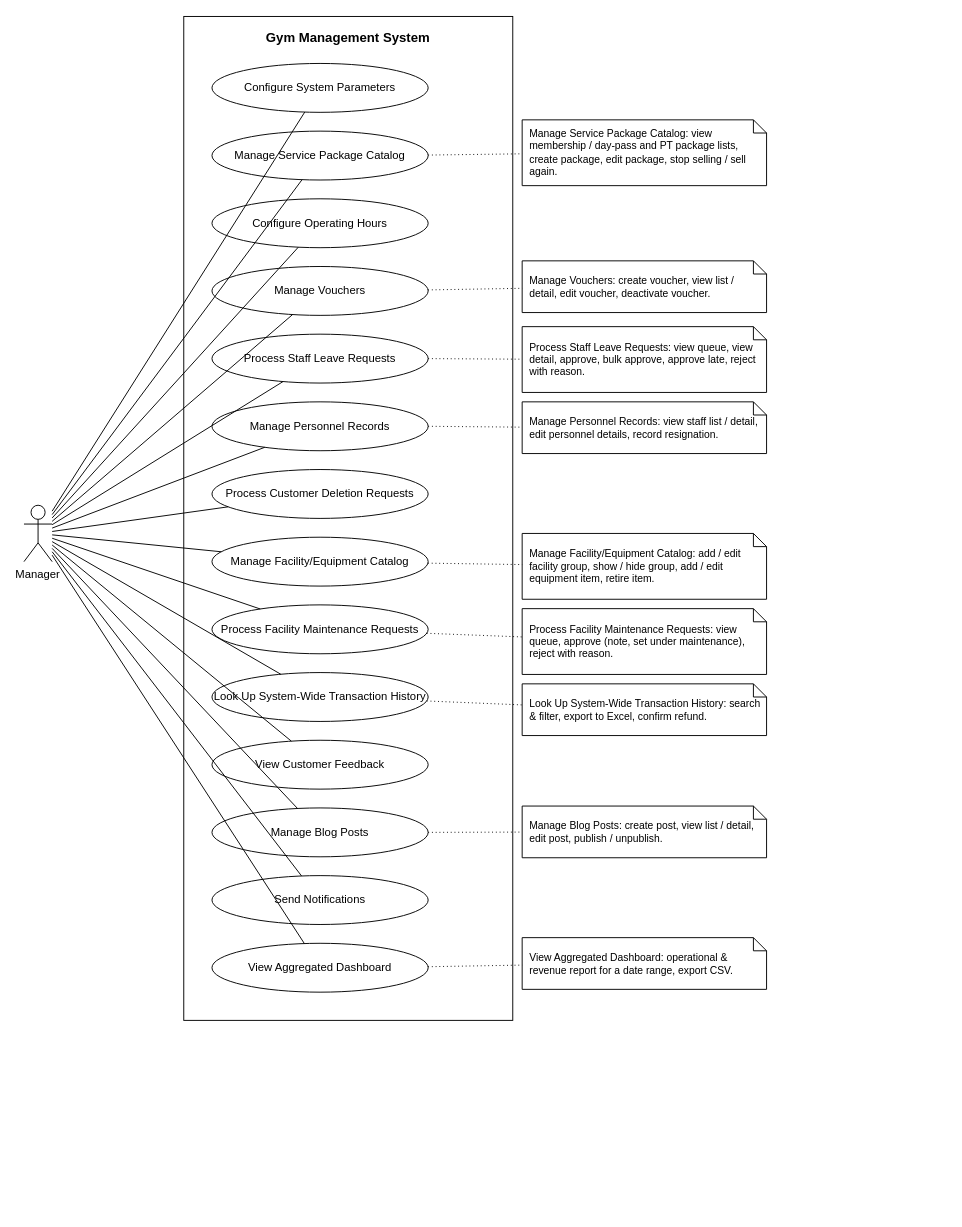
Before: docs/srs-update/uc-diagrams/UC_Manager.drawio in Thomas-luckyclover/gym-management-system, a draw.io diagram. Source tidied: cells renumbered, new cells numbered last; positions are measured from the earlier drawing's top-left corner, leaving out a move shared by most shapes. Both pictures are drawn from the tidied source at 94%, with x=0, y=0 at pixel (24, 16).
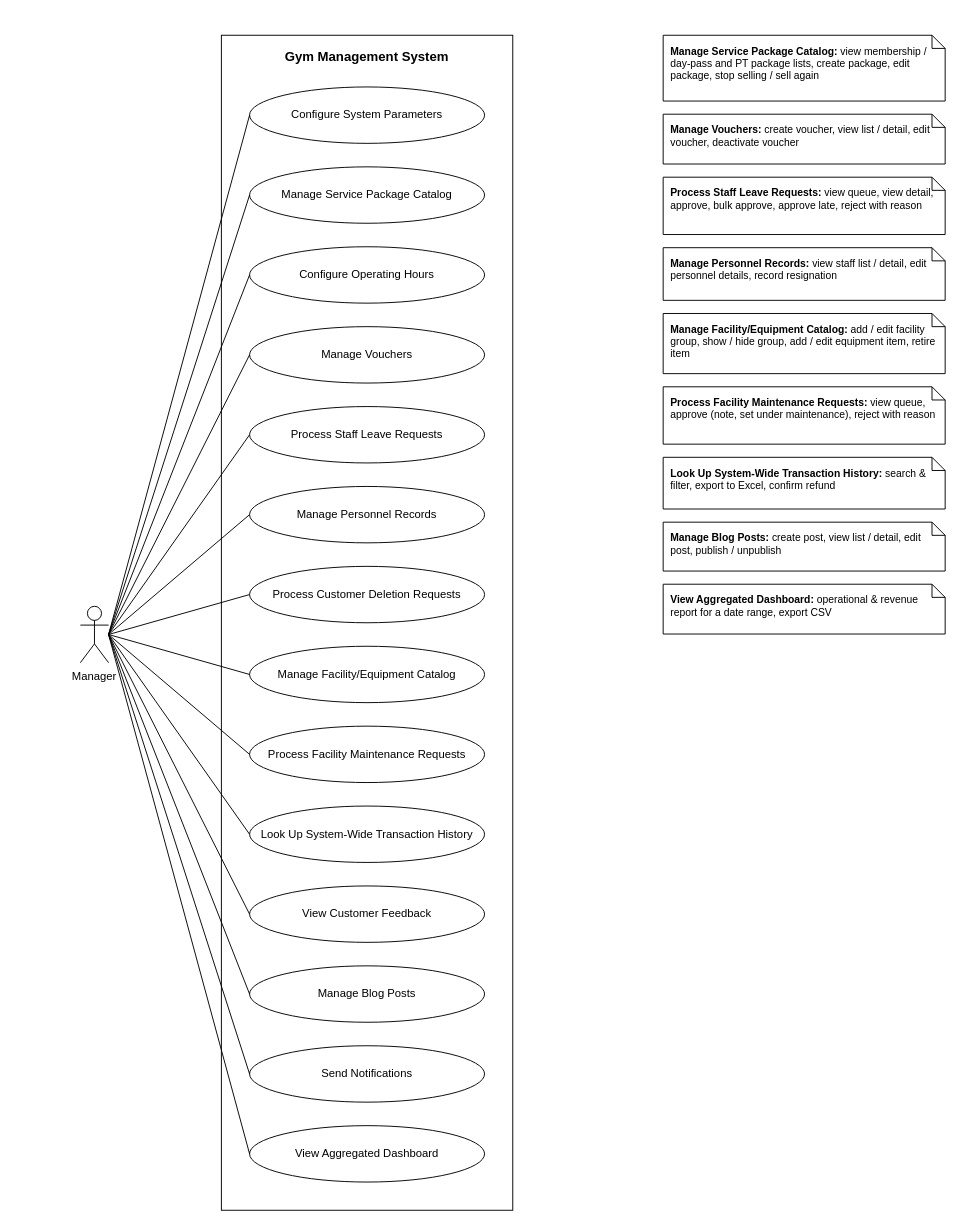
After the change.

Change to the diagram source:
```diff
@@
     <mxCell id="2" value="Gym Management System" style="rounded=0;whiteSpace=wrap;html=1;fillColor=#FFFFFF;strokeColor=#000000;verticalAlign=top;align=center;fontStyle=1;spacingTop=8;fontFamily=Helvetica;fontSize=14;" parent="1" vertex="1">
-      <mxGeometry x="170" width="350" height="1068" as="geometry" />
+      <mxGeometry x="210" y="20" width="310" height="1250" as="geometry" />
     </mxCell>
     <mxCell id="3" value="Configure System Parameters" style="ellipse;whiteSpace=wrap;html=1;fillColor=#FFFFFF;strokeColor=#000000;fontFamily=Helvetica;fontSize=12;" parent="1" vertex="1">
-      <mxGeometry x="200" y="50" width="230" height="52" as="geometry" />
+      <mxGeometry x="240" y="75" width="250" height="60" as="geometry" />
     </mxCell>
     <mxCell id="4" value="Manage Service Package Catalog" style="ellipse;whiteSpace=wrap;html=1;fillColor=#FFFFFF;strokeColor=#000000;fontFamily=Helvetica;fontSize=12;" parent="1" vertex="1">
-      <mxGeometry x="200" y="122" width="230" height="52" as="geometry" />
+      <mxGeometry x="240" y="160" width="250" height="60" as="geometry" />
     </mxCell>
     <mxCell id="5" value="Configure Operating Hours" style="ellipse;whiteSpace=wrap;html=1;fillColor=#FFFFFF;strokeColor=#000000;fontFamily=Helvetica;fontSize=12;" parent="1" vertex="1">
-      <mxGeometry x="200" y="194" width="230" height="52" as="geometry" />
+      <mxGeometry x="240" y="245" width="250" height="60" as="geometry" />
     </mxCell>
     <mxCell id="6" value="Manage Vouchers" style="ellipse;whiteSpace=wrap;html=1;fillColor=#FFFFFF;strokeColor=#000000;fontFamily=Helvetica;fontSize=12;" parent="1" vertex="1">
-      <mxGeometry x="200" y="266" width="230" height="52" as="geometry" />
+      <mxGeometry x="240" y="330" width="250" height="60" as="geometry" />
     </mxCell>
     <mxCell id="7" value="Process Staff Leave Requests" style="ellipse;whiteSpace=wrap;html=1;fillColor=#FFFFFF;strokeColor=#000000;fontFamily=Helvetica;fontSize=12;" parent="1" vertex="1">
-      <mxGeometry x="200" y="338" width="230" height="52" as="geometry" />
+      <mxGeometry x="240" y="415" width="250" height="60" as="geometry" />
     </mxCell>
     <mxCell id="8" value="Manage Personnel Records" style="ellipse;whiteSpace=wrap;html=1;fillColor=#FFFFFF;strokeColor=#000000;fontFamily=Helvetica;fontSize=12;" parent="1" vertex="1">
-      <mxGeometry x="200" y="410" width="230" height="52" as="geometry" />
+      <mxGeometry x="240" y="500" width="250" height="60" as="geometry" />
     </mxCell>
     <mxCell id="9" value="Process Customer Deletion Requests" style="ellipse;whiteSpace=wrap;html=1;fillColor=#FFFFFF;strokeColor=#000000;fontFamily=Helvetica;fontSize=12;" parent="1" vertex="1">
-      <mxGeometry x="200" y="482" width="230" height="52" as="geometry" />
+      <mxGeometry x="240" y="585" width="250" height="60" as="geometry" />
     </mxCell>
     <mxCell id="10" value="Manage Facility/Equipment Catalog" style="ellipse;whiteSpace=wrap;html=1;fillColor=#FFFFFF;strokeColor=#000000;fontFamily=Helvetica;fontSize=12;" parent="1" vertex="1">
-      <mxGeometry x="200" y="554" width="230" height="52" as="geometry" />
+      <mxGeometry x="240" y="670" width="250" height="60" as="geometry" />
     </mxCell>
     <mxCell id="11" value="Process Facility Maintenance Requests" style="ellipse;whiteSpace=wrap;html=1;fillColor=#FFFFFF;strokeColor=#000000;fontFamily=Helvetica;fontSize=12;" parent="1" vertex="1">
-      <mxGeometry x="200" y="626" width="230" height="52" as="geometry" />
+      <mxGeometry x="240" y="755" width="250" height="60" as="geometry" />
     </mxCell>
     <mxCell id="12" value="Look Up System-Wide Transaction History" style="ellipse;whiteSpace=wrap;html=1;fillColor=#FFFFFF;strokeColor=#000000;fontFamily=Helvetica;fontSize=12;" parent="1" vertex="1">
-      <mxGeometry x="200" y="698" width="230" height="52" as="geometry" />
+      <mxGeometry x="240" y="840" width="250" height="60" as="geometry" />
     </mxCell>
     <mxCell id="13" value="View Customer Feedback" style="ellipse;whiteSpace=wrap;html=1;fillColor=#FFFFFF;strokeColor=#000000;fontFamily=Helvetica;fontSize=12;" parent="1" vertex="1">
-      <mxGeometry x="200" y="770" width="230" height="52" as="geometry" />
+      <mxGeometry x="240" y="925" width="250" height="60" as="geometry" />
     </mxCell>
     <mxCell id="14" value="Manage Blog Posts" style="ellipse;whiteSpace=wrap;html=1;fillColor=#FFFFFF;strokeColor=#000000;fontFamily=Helvetica;fontSize=12;" parent="1" vertex="1">
-      <mxGeometry x="200" y="842" width="230" height="52" as="geometry" />
+      <mxGeometry x="240" y="1010" width="250" height="60" as="geometry" />
     </mxCell>
     <mxCell id="15" value="Send Notifications" style="ellipse;whiteSpace=wrap;html=1;fillColor=#FFFFFF;strokeColor=#000000;fontFamily=Helvetica;fontSize=12;" parent="1" vertex="1">
-      <mxGeometry x="200" y="914" width="230" height="52" as="geometry" />
+      <mxGeometry x="240" y="1095" width="250" height="60" as="geometry" />
     </mxCell>
     <mxCell id="16" value="View Aggregated Dashboard" style="ellipse;whiteSpace=wrap;html=1;fillColor=#FFFFFF;strokeColor=#000000;fontFamily=Helvetica;fontSize=12;" parent="1" vertex="1">
-      <mxGeometry x="200" y="986" width="230" height="52" as="geometry" />
+      <mxGeometry x="240" y="1180" width="250" height="60" as="geometry" />
     </mxCell>
     <mxCell id="17" value="Manager" style="shape=umlActor;verticalLabelPosition=bottom;verticalAlign=top;html=1;outlineConnect=0;fillColor=#FFFFFF;strokeColor=#000000;whiteSpace=wrap;fontFamily=Helvetica;fontSize=12;" parent="1" vertex="1">
-      <mxGeometry y="520" width="30" height="60" as="geometry" />
+      <mxGeometry x="60" y="627.5" width="30" height="60" as="geometry" />
     </mxCell>
-    <mxCell id="18" value="Manage Service Package Catalog: view membership / day-pass and PT package lists, create package, edit package, stop selling / sell again." style="shape=note;size=14;whiteSpace=wrap;html=1;fillColor=#FFFFFF;strokeColor=#000000;align=left;spacingLeft=6;spacingRight=4;fontFamily=Helvetica;fontSize=11;" parent="1" vertex="1">
-      <mxGeometry x="530" y="110" width="260" height="70" as="geometry" />
-    </mxCell>
-    <mxCell id="19" style="html=1;rounded=0;strokeColor=#000000;endArrow=none;dashed=1;dashPattern=1 3;" parent="1" edge="1" source="4" target="18">
-      <mxGeometry relative="1" as="geometry" />
-    </mxCell>
-    <mxCell id="20" value="Manage Vouchers: create voucher, view list / detail, edit voucher, deactivate voucher." style="shape=note;size=14;whiteSpace=wrap;html=1;fillColor=#FFFFFF;strokeColor=#000000;align=left;spacingLeft=6;spacingRight=4;fontFamily=Helvetica;fontSize=11;" parent="1" vertex="1">
-      <mxGeometry x="530" y="260" width="260" height="55" as="geometry" />
-    </mxCell>
-    <mxCell id="21" style="html=1;rounded=0;strokeColor=#000000;endArrow=none;dashed=1;dashPattern=1 3;" parent="1" edge="1" source="6" target="20">
-      <mxGeometry relative="1" as="geometry" />
-    </mxCell>
-    <mxCell id="22" value="Process Staff Leave Requests: view queue, view detail, approve, bulk approve, approve late, reject with reason." style="shape=note;size=14;whiteSpace=wrap;html=1;fillColor=#FFFFFF;strokeColor=#000000;align=left;spacingLeft=6;spacingRight=4;fontFamily=Helvetica;fontSize=11;" parent="1" vertex="1">
-      <mxGeometry x="530" y="330" width="260" height="70" as="geometry" />
-    </mxCell>
-    <mxCell id="23" style="html=1;rounded=0;strokeColor=#000000;endArrow=none;dashed=1;dashPattern=1 3;" parent="1" edge="1" source="7" target="22">
-      <mxGeometry relative="1" as="geometry" />
-    </mxCell>
-    <mxCell id="24" value="Manage Personnel Records: view staff list / detail, edit personnel details, record resignation." style="shape=note;size=14;whiteSpace=wrap;html=1;fillColor=#FFFFFF;strokeColor=#000000;align=left;spacingLeft=6;spacingRight=4;fontFamily=Helvetica;fontSize=11;" parent="1" vertex="1">
-      <mxGeometry x="530" y="410" width="260" height="55" as="geometry" />
-    </mxCell>
-    <mxCell id="25" style="html=1;rounded=0;strokeColor=#000000;endArrow=none;dashed=1;dashPattern=1 3;" parent="1" edge="1" source="8" target="24">
-      <mxGeometry relative="1" as="geometry" />
-    </mxCell>
-    <mxCell id="26" value="Manage Facility/Equipment Catalog: add / edit facility group, show / hide group, add / edit equipment item, retire item." style="shape=note;size=14;whiteSpace=wrap;html=1;fillColor=#FFFFFF;strokeColor=#000000;align=left;spacingLeft=6;spacingRight=4;fontFamily=Helvetica;fontSize=11;" parent="1" vertex="1">
-      <mxGeometry x="530" y="550" width="260" height="70" as="geometry" />
-    </mxCell>
-    <mxCell id="27" style="html=1;rounded=0;strokeColor=#000000;endArrow=none;dashed=1;dashPattern=1 3;" parent="1" edge="1" source="10" target="26">
-      <mxGeometry relative="1" as="geometry" />
-    </mxCell>
-    <mxCell id="28" value="Process Facility Maintenance Requests: view queue, approve (note, set under maintenance), reject with reason." style="shape=note;size=14;whiteSpace=wrap;html=1;fillColor=#FFFFFF;strokeColor=#000000;align=left;spacingLeft=6;spacingRight=4;fontFamily=Helvetica;fontSize=11;" parent="1" vertex="1">
-      <mxGeometry x="530" y="630" width="260" height="70" as="geometry" />
-    </mxCell>
-    <mxCell id="29" style="html=1;rounded=0;strokeColor=#000000;endArrow=none;dashed=1;dashPattern=1 3;" parent="1" edge="1" source="11" target="28">
-      <mxGeometry relative="1" as="geometry" />
-    </mxCell>
-    <mxCell id="30" value="Look Up System-Wide Transaction History: search &amp; filter, export to Excel, confirm refund." style="shape=note;size=14;whiteSpace=wrap;html=1;fillColor=#FFFFFF;strokeColor=#000000;align=left;spacingLeft=6;spacingRight=4;fontFamily=Helvetica;fontSize=11;" parent="1" vertex="1">
-      <mxGeometry x="530" y="710" width="260" height="55" as="geometry" />
-    </mxCell>
-    <mxCell id="31" style="html=1;rounded=0;strokeColor=#000000;endArrow=none;dashed=1;dashPattern=1 3;" parent="1" edge="1" source="12" target="30">
-      <mxGeometry relative="1" as="geometry" />
-    </mxCell>
-    <mxCell id="32" value="Manage Blog Posts: create post, view list / detail, edit post, publish / unpublish." style="shape=note;size=14;whiteSpace=wrap;html=1;fillColor=#FFFFFF;strokeColor=#000000;align=left;spacingLeft=6;spacingRight=4;fontFamily=Helvetica;fontSize=11;" parent="1" vertex="1">
-      <mxGeometry x="530" y="840" width="260" height="55" as="geometry" />
-    </mxCell>
-    <mxCell id="33" style="html=1;rounded=0;strokeColor=#000000;endArrow=none;dashed=1;dashPattern=1 3;" parent="1" edge="1" source="14" target="32">
-      <mxGeometry relative="1" as="geometry" />
-    </mxCell>
-    <mxCell id="34" value="View Aggregated Dashboard: operational &amp; revenue report for a date range, export CSV." style="shape=note;size=14;whiteSpace=wrap;html=1;fillColor=#FFFFFF;strokeColor=#000000;align=left;spacingLeft=6;spacingRight=4;fontFamily=Helvetica;fontSize=11;" parent="1" vertex="1">
-      <mxGeometry x="530" y="980" width="260" height="55" as="geometry" />
-    </mxCell>
-    <mxCell id="35" style="html=1;rounded=0;strokeColor=#000000;endArrow=none;dashed=1;dashPattern=1 3;" parent="1" edge="1" source="16" target="34">
-      <mxGeometry relative="1" as="geometry" />
-    </mxCell>
-    <mxCell id="36" style="html=1;rounded=0;strokeColor=#000000;endArrow=none;" parent="1" edge="1" source="17" target="3">
+    <mxCell id="36" style="html=1;rounded=0;strokeColor=#000000;endArrow=none;exitX=1;exitY=0.5;exitDx=0;exitDy=0;entryX=0;entryY=0.5;entryDx=0;entryDy=0;" parent="1" edge="1" source="17" target="3">
       <mxGeometry relative="1" as="geometry" />
     </mxCell>
-    <mxCell id="37" style="html=1;rounded=0;strokeColor=#000000;endArrow=none;" parent="1" edge="1" source="17" target="4">
+    <mxCell id="37" style="html=1;rounded=0;strokeColor=#000000;endArrow=none;exitX=1;exitY=0.5;exitDx=0;exitDy=0;entryX=0;entryY=0.5;entryDx=0;entryDy=0;" parent="1" edge="1" source="17" target="4">
       <mxGeometry relative="1" as="geometry" />
     </mxCell>
-    <mxCell id="38" style="html=1;rounded=0;strokeColor=#000000;endArrow=none;" parent="1" edge="1" source="17" target="5">
+    <mxCell id="38" style="html=1;rounded=0;strokeColor=#000000;endArrow=none;exitX=1;exitY=0.5;exitDx=0;exitDy=0;entryX=0;entryY=0.5;entryDx=0;entryDy=0;" parent="1" edge="1" source="17" target="5">
       <mxGeometry relative="1" as="geometry" />
     </mxCell>
-    <mxCell id="39" style="html=1;rounded=0;strokeColor=#000000;endArrow=none;" parent="1" edge="1" source="17" target="6">
+    <mxCell id="39" style="html=1;rounded=0;strokeColor=#000000;endArrow=none;exitX=1;exitY=0.5;exitDx=0;exitDy=0;entryX=0;entryY=0.5;entryDx=0;entryDy=0;" parent="1" edge="1" source="17" target="6">
       <mxGeometry relative="1" as="geometry" />
     </mxCell>
-    <mxCell id="40" style="html=1;rounded=0;strokeColor=#000000;endArrow=none;" parent="1" edge="1" source="17" target="7">
+    <mxCell id="40" style="html=1;rounded=0;strokeColor=#000000;endArrow=none;exitX=1;exitY=0.5;exitDx=0;exitDy=0;entryX=0;entryY=0.5;entryDx=0;entryDy=0;" parent="1" edge="1" source="17" target="7">
       <mxGeometry relative="1" as="geometry" />
     </mxCell>
-    <mxCell id="41" style="html=1;rounded=0;strokeColor=#000000;endArrow=none;" parent="1" edge="1" source="17" target="8">
+    <mxCell id="41" style="html=1;rounded=0;strokeColor=#000000;endArrow=none;exitX=1;exitY=0.5;exitDx=0;exitDy=0;entryX=0;entryY=0.5;entryDx=0;entryDy=0;" parent="1" edge="1" source="17" target="8">
       <mxGeometry relative="1" as="geometry" />
     </mxCell>
-    <mxCell id="42" style="html=1;rounded=0;strokeColor=#000000;endArrow=none;" parent="1" edge="1" source="17" target="9">
+    <mxCell id="42" style="html=1;rounded=0;strokeColor=#000000;endArrow=none;exitX=1;exitY=0.5;exitDx=0;exitDy=0;entryX=0;entryY=0.5;entryDx=0;entryDy=0;" parent="1" edge="1" source="17" target="9">
       <mxGeometry relative="1" as="geometry" />
     </mxCell>
-    <mxCell id="43" style="html=1;rounded=0;strokeColor=#000000;endArrow=none;" parent="1" edge="1" source="17" target="10">
+    <mxCell id="43" style="html=1;rounded=0;strokeColor=#000000;endArrow=none;exitX=1;exitY=0.5;exitDx=0;exitDy=0;entryX=0;entryY=0.5;entryDx=0;entryDy=0;" parent="1" edge="1" source="17" target="10">
       <mxGeometry relative="1" as="geometry" />
     </mxCell>
-    <mxCell id="44" style="html=1;rounded=0;strokeColor=#000000;endArrow=none;" parent="1" edge="1" source="17" target="11">
+    <mxCell id="44" style="html=1;rounded=0;strokeColor=#000000;endArrow=none;exitX=1;exitY=0.5;exitDx=0;exitDy=0;entryX=0;entryY=0.5;entryDx=0;entryDy=0;" parent="1" edge="1" source="17" target="11">
       <mxGeometry relative="1" as="geometry" />
     </mxCell>
-    <mxCell id="45" style="html=1;rounded=0;strokeColor=#000000;endArrow=none;" parent="1" edge="1" source="17" target="12">
+    <mxCell id="45" style="html=1;rounded=0;strokeColor=#000000;endArrow=none;exitX=1;exitY=0.5;exitDx=0;exitDy=0;entryX=0;entryY=0.5;entryDx=0;entryDy=0;" parent="1" edge="1" source="17" target="12">
       <mxGeometry relative="1" as="geometry" />
     </mxCell>
-    <mxCell id="46" style="html=1;rounded=0;strokeColor=#000000;endArrow=none;" parent="1" edge="1" source="17" target="13">
+    <mxCell id="46" style="html=1;rounded=0;strokeColor=#000000;endArrow=none;exitX=1;exitY=0.5;exitDx=0;exitDy=0;entryX=0;entryY=0.5;entryDx=0;entryDy=0;" parent="1" edge="1" source="17" target="13">
       <mxGeometry relative="1" as="geometry" />
     </mxCell>
-    <mxCell id="47" style="html=1;rounded=0;strokeColor=#000000;endArrow=none;" parent="1" edge="1" source="17" target="14">
+    <mxCell id="47" style="html=1;rounded=0;strokeColor=#000000;endArrow=none;exitX=1;exitY=0.5;exitDx=0;exitDy=0;entryX=0;entryY=0.5;entryDx=0;entryDy=0;" parent="1" edge="1" source="17" target="14">
       <mxGeometry relative="1" as="geometry" />
     </mxCell>
-    <mxCell id="48" style="html=1;rounded=0;strokeColor=#000000;endArrow=none;" parent="1" edge="1" source="17" target="15">
+    <mxCell id="48" style="html=1;rounded=0;strokeColor=#000000;endArrow=none;exitX=1;exitY=0.5;exitDx=0;exitDy=0;entryX=0;entryY=0.5;entryDx=0;entryDy=0;" parent="1" edge="1" source="17" target="15">
       <mxGeometry relative="1" as="geometry" />
     </mxCell>
-    <mxCell id="49" style="html=1;rounded=0;strokeColor=#000000;endArrow=none;" parent="1" edge="1" source="17" target="16">
+    <mxCell id="49" style="html=1;rounded=0;strokeColor=#000000;endArrow=none;exitX=1;exitY=0.5;exitDx=0;exitDy=0;entryX=0;entryY=0.5;entryDx=0;entryDy=0;" parent="1" edge="1" source="17" target="16">
       <mxGeometry relative="1" as="geometry" />
     </mxCell>
+    <mxCell id="50" value="&lt;b&gt;Manage Service Package Catalog:&lt;/b&gt; view membership / day-pass and PT package lists, create package, edit package, stop selling / sell again" style="shape=note;size=14;whiteSpace=wrap;html=1;fillColor=#FFFFFF;strokeColor=#000000;align=left;verticalAlign=top;spacingLeft=6;spacingRight=6;spacingTop=4;fontFamily=Helvetica;fontSize=11;" parent="1" vertex="1">
+      <mxGeometry x="680" y="20" width="300" height="70" as="geometry" />
+    </mxCell>
+    <mxCell id="51" value="&lt;b&gt;Manage Vouchers:&lt;/b&gt; create voucher, view list / detail, edit voucher, deactivate voucher" style="shape=note;size=14;whiteSpace=wrap;html=1;fillColor=#FFFFFF;strokeColor=#000000;align=left;verticalAlign=top;spacingLeft=6;spacingRight=6;spacingTop=4;fontFamily=Helvetica;fontSize=11;" parent="1" vertex="1">
+      <mxGeometry x="680" y="104" width="300" height="53" as="geometry" />
+    </mxCell>
+    <mxCell id="52" value="&lt;b&gt;Process Staff Leave Requests:&lt;/b&gt; view queue, view detail, approve, bulk approve, approve late, reject with reason" style="shape=note;size=14;whiteSpace=wrap;html=1;fillColor=#FFFFFF;strokeColor=#000000;align=left;verticalAlign=top;spacingLeft=6;spacingRight=6;spacingTop=4;fontFamily=Helvetica;fontSize=11;" parent="1" vertex="1">
+      <mxGeometry x="680" y="171" width="300" height="61" as="geometry" />
+    </mxCell>
+    <mxCell id="53" value="&lt;b&gt;Manage Personnel Records:&lt;/b&gt; view staff list / detail, edit personnel details, record resignation" style="shape=note;size=14;whiteSpace=wrap;html=1;fillColor=#FFFFFF;strokeColor=#000000;align=left;verticalAlign=top;spacingLeft=6;spacingRight=6;spacingTop=4;fontFamily=Helvetica;fontSize=11;" parent="1" vertex="1">
+      <mxGeometry x="680" y="246" width="300" height="56" as="geometry" />
+    </mxCell>
+    <mxCell id="54" value="&lt;b&gt;Manage Facility/Equipment Catalog:&lt;/b&gt; add / edit facility group, show / hide group, add / edit equipment item, retire item" style="shape=note;size=14;whiteSpace=wrap;html=1;fillColor=#FFFFFF;strokeColor=#000000;align=left;verticalAlign=top;spacingLeft=6;spacingRight=6;spacingTop=4;fontFamily=Helvetica;fontSize=11;" parent="1" vertex="1">
+      <mxGeometry x="680" y="316" width="300" height="64" as="geometry" />
+    </mxCell>
+    <mxCell id="55" value="&lt;b&gt;Process Facility Maintenance Requests:&lt;/b&gt; view queue, approve (note, set under maintenance), reject with reason" style="shape=note;size=14;whiteSpace=wrap;html=1;fillColor=#FFFFFF;strokeColor=#000000;align=left;verticalAlign=top;spacingLeft=6;spacingRight=6;spacingTop=4;fontFamily=Helvetica;fontSize=11;" parent="1" vertex="1">
+      <mxGeometry x="680" y="394" width="300" height="61" as="geometry" />
+    </mxCell>
+    <mxCell id="56" value="&lt;b&gt;Look Up System-Wide Transaction History:&lt;/b&gt; search &amp; filter, export to Excel, confirm refund" style="shape=note;size=14;whiteSpace=wrap;html=1;fillColor=#FFFFFF;strokeColor=#000000;align=left;verticalAlign=top;spacingLeft=6;spacingRight=6;spacingTop=4;fontFamily=Helvetica;fontSize=11;" parent="1" vertex="1">
+      <mxGeometry x="680" y="469" width="300" height="55" as="geometry" />
+    </mxCell>
+    <mxCell id="57" value="&lt;b&gt;Manage Blog Posts:&lt;/b&gt; create post, view list / detail, edit post, publish / unpublish" style="shape=note;size=14;whiteSpace=wrap;html=1;fillColor=#FFFFFF;strokeColor=#000000;align=left;verticalAlign=top;spacingLeft=6;spacingRight=6;spacingTop=4;fontFamily=Helvetica;fontSize=11;" parent="1" vertex="1">
+      <mxGeometry x="680" y="538" width="300" height="52" as="geometry" />
+    </mxCell>
+    <mxCell id="58" value="&lt;b&gt;View Aggregated Dashboard:&lt;/b&gt; operational &amp; revenue report for a date range, export CSV" style="shape=note;size=14;whiteSpace=wrap;html=1;fillColor=#FFFFFF;strokeColor=#000000;align=left;verticalAlign=top;spacingLeft=6;spacingRight=6;spacingTop=4;fontFamily=Helvetica;fontSize=11;" parent="1" vertex="1">
+      <mxGeometry x="680" y="604" width="300" height="53" as="geometry" />
+    </mxCell>
```
